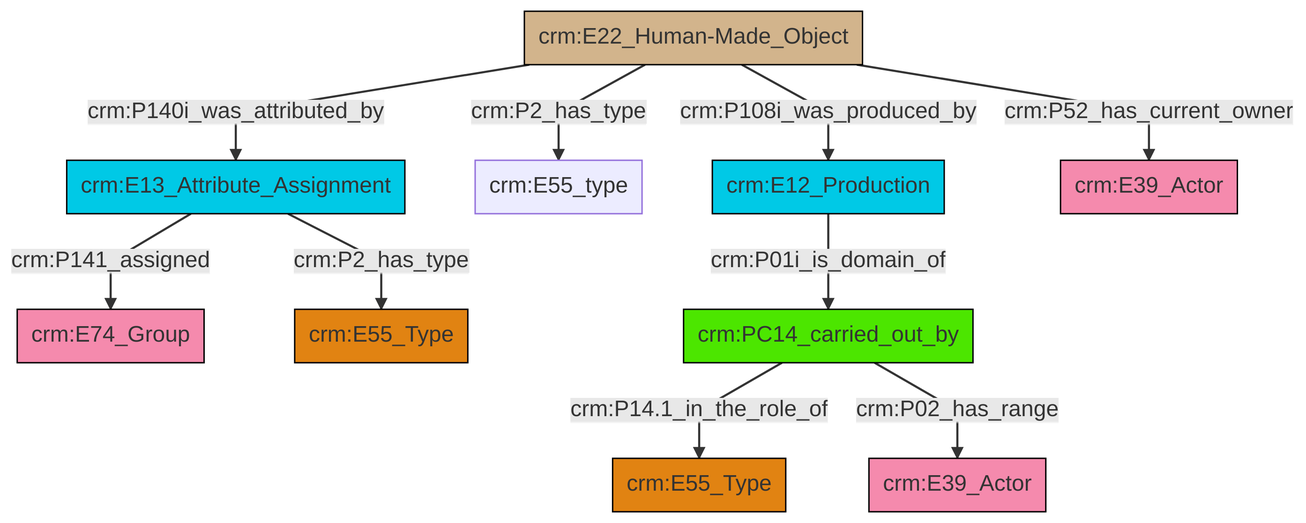
Above: et/builtWorkCSV/ttl/mmd/png/Built_Work_actor_relations.png in swiss-art-research-net/docs.swissartresearch (Mermaid), before the change. Its source is kept beside it as et/builtWorkCSV/ttl/mmd/Built_Work_actor_relations.ttl.mmd.
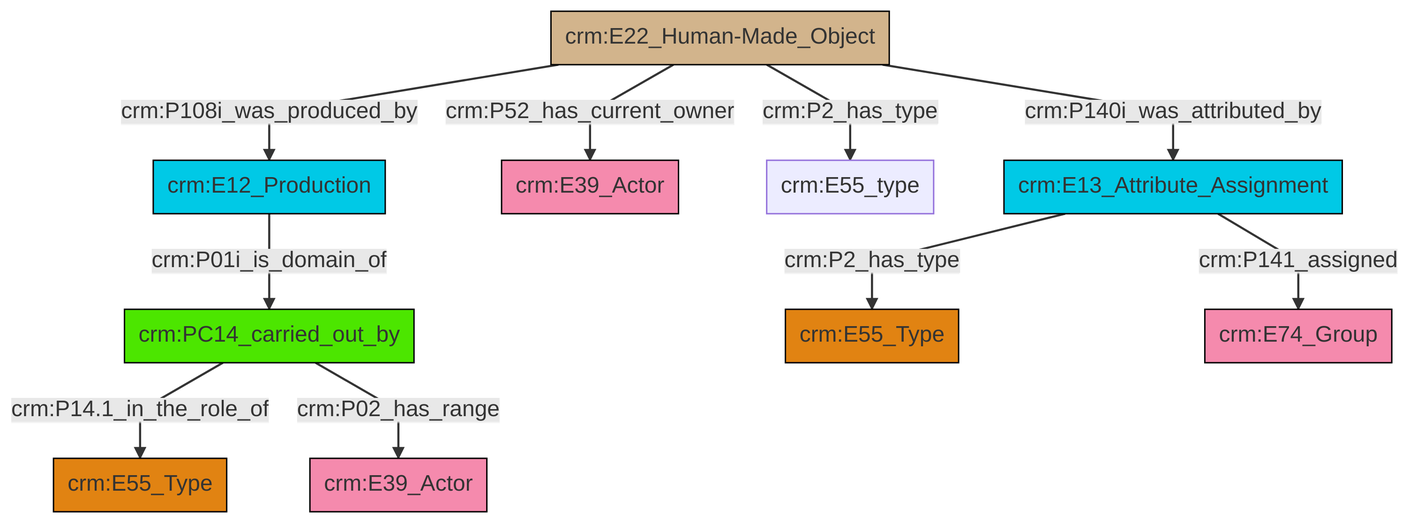
Later version of the same file.

Change to the diagram source:
```diff
@@ -13,12 +13,12 @@
 classDef PC_Classes fill:#4ce600, stroke:#000000;
 classDef Multi fill:#cccccc,stroke:#000000;
 
-2["crm:E22_Human-Made_Object"]:::Physical_Thing -->|crm:P140i_was_attributed_by| 3["crm:E13_Attribute_Assignment"]:::Temporal_Entity
-2["crm:E22_Human-Made_Object"]:::Physical_Thing -->|crm:P2_has_type| 6["crm:E55_type"]:::Default
-2["crm:E22_Human-Made_Object"]:::Physical_Thing -->|crm:P108i_was_produced_by| 7["crm:E12_Production"]:::Temporal_Entity
-8["crm:PC14_carried_out_by"]:::PC_Classes -->|crm:P14.1_in_the_role_of| 9["crm:E55_Type"]:::Type
-3["crm:E13_Attribute_Assignment"]:::Temporal_Entity -->|crm:P141_assigned| 4["crm:E74_Group"]:::Actor
-2["crm:E22_Human-Made_Object"]:::Physical_Thing -->|crm:P52_has_current_owner| 10["crm:E39_Actor"]:::Actor
-8["crm:PC14_carried_out_by"]:::PC_Classes -->|crm:P02_has_range| 0["crm:E39_Actor"]:::Actor
-7["crm:E12_Production"]:::Temporal_Entity -->|crm:P01i_is_domain_of| 8["crm:PC14_carried_out_by"]:::PC_Classes
-3["crm:E13_Attribute_Assignment"]:::Temporal_Entity -->|crm:P2_has_type| 11["crm:E55_Type"]:::Type
+2["crm:E13_Attribute_Assignment"]:::Temporal_Entity -->|crm:P2_has_type| 3["crm:E55_Type"]:::Type
+0["crm:E22_Human-Made_Object"]:::Physical_Thing -->|crm:P108i_was_produced_by| 6["crm:E12_Production"]:::Temporal_Entity
+6["crm:E12_Production"]:::Temporal_Entity -->|crm:P01i_is_domain_of| 7["crm:PC14_carried_out_by"]:::PC_Classes
+2["crm:E13_Attribute_Assignment"]:::Temporal_Entity -->|crm:P141_assigned| 10["crm:E74_Group"]:::Actor
+0["crm:E22_Human-Made_Object"]:::Physical_Thing -->|crm:P52_has_current_owner| 4["crm:E39_Actor"]:::Actor
+0["crm:E22_Human-Made_Object"]:::Physical_Thing -->|crm:P2_has_type| 13["crm:E55_type"]:::Default
+7["crm:PC14_carried_out_by"]:::PC_Classes -->|crm:P14.1_in_the_role_of| 16["crm:E55_Type"]:::Type
+0["crm:E22_Human-Made_Object"]:::Physical_Thing -->|crm:P140i_was_attributed_by| 2["crm:E13_Attribute_Assignment"]:::Temporal_Entity
+7["crm:PC14_carried_out_by"]:::PC_Classes -->|crm:P02_has_range| 18["crm:E39_Actor"]:::Actor
```
